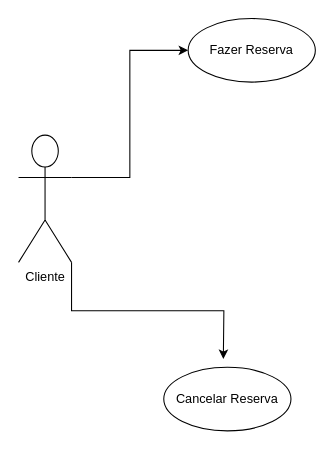
Guilherme-106/daigramasderequisitos keeps this draw.io diagram as page "Página-1" (1 of 3) of Diagrama sem nome.drawio. Above is the earlier version. Source tidied: cells renumbered, new cells numbered last; positions are measured from the earlier drawing's top-left corner, leaving out a move shared by most shapes. Both pictures are drawn from the tidied source at 106%, with x=0, y=0 at pixel (18, 18).
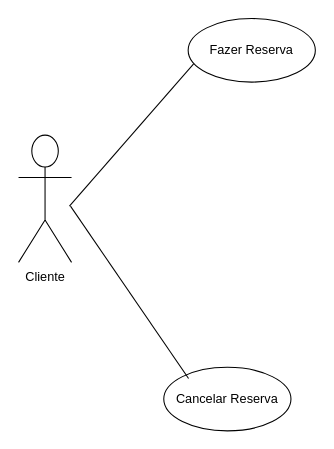
The same diagram, later.

Change to the diagram source:
```diff
@@
 <mxGraphModel>
   <root>
     <mxCell id="0" />
     <mxCell id="1" parent="0" />
-    <mxCell id="2" style="edgeStyle=orthogonalEdgeStyle;rounded=0;jettySize=auto;html=1;exitX=1;exitY=1;exitDx=0;exitDy=0;exitPerimeter=0;" parent="1" edge="1" source="4">
-      <mxGeometry relative="1" as="geometry">
-        <mxPoint x="193.2" y="321.2" as="targetPoint" />
-      </mxGeometry>
-    </mxCell>
-    <mxCell id="3" style="edgeStyle=orthogonalEdgeStyle;rounded=0;jettySize=auto;html=1;exitX=1;exitY=0.3333333333333333;exitDx=0;exitDy=0;exitPerimeter=0;entryX=0;entryY=0.5;entryDx=0;entryDy=0;" parent="1" edge="1" source="4" target="5">
-      <mxGeometry relative="1" as="geometry" />
-    </mxCell>
     <mxCell id="4" value="Cliente" style="shape=umlActor;verticalLabelPosition=bottom;verticalAlign=top;html=1;outlineConnect=0;labelBackgroundColor=none;" parent="1" vertex="1">
       <mxGeometry y="110" width="50" height="120" as="geometry" />
     </mxCell>
     <mxCell id="5" value="Fazer Reserva" style="ellipse;whiteSpace=wrap;html=1;labelBackgroundColor=none;textDirection=ltr;" parent="1" vertex="1">
       <mxGeometry x="160" width="120" height="60" as="geometry" />
     </mxCell>
     <mxCell id="6" style="edgeStyle=orthogonalEdgeStyle;rounded=0;orthogonalLoop=1;jettySize=auto;html=1;exitX=0.5;exitY=1;exitDx=0;exitDy=0;labelBackgroundColor=none;fontColor=default;" parent="1" edge="1" source="5" target="5">
       <mxGeometry relative="1" as="geometry" />
     </mxCell>
     <mxCell id="7" value="Cancelar Reserva" style="ellipse;whiteSpace=wrap;html=1;" parent="1" vertex="1">
       <mxGeometry x="137" y="329" width="120" height="60" as="geometry" />
     </mxCell>
+    <mxCell id="8" style="endArrow=none;html=1;rounded=0;entryX=0.195;entryY=0.177;entryDx=0;entryDy=0;entryPerimeter=0;" parent="1" edge="1" target="7">
+      <mxGeometry relative="1" as="geometry">
+        <mxPoint x="49" y="177" as="sourcePoint" />
+      </mxGeometry>
+    </mxCell>
+    <mxCell id="9" style="endArrow=none;html=1;rounded=0;entryX=0.043;entryY=0.713;entryDx=0;entryDy=0;entryPerimeter=0;" parent="1" edge="1" target="5">
+      <mxGeometry relative="1" as="geometry">
+        <mxPoint x="48" y="177" as="sourcePoint" />
+      </mxGeometry>
+    </mxCell>
   </root>
 </mxGraphModel>
```
